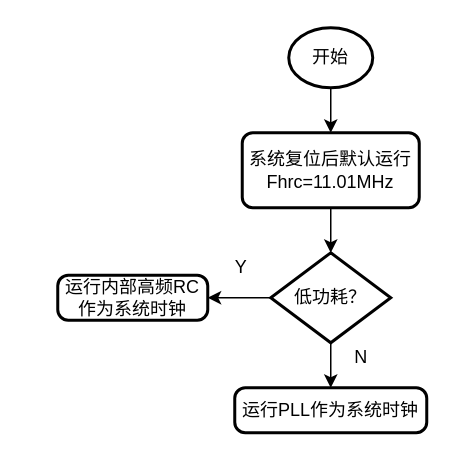
This is HT6025Prj_image/时钟配置流程图.drawio from wigenbi/Diagrams, a draw.io file, before an edit. Source tidied: cells renumbered, new cells numbered last; positions are measured from the earlier drawing's top-left corner, leaving out a move shared by most shapes. Both pictures are drawn from the tidied source at 150%, with x=0, y=0 at pixel (57, 27).
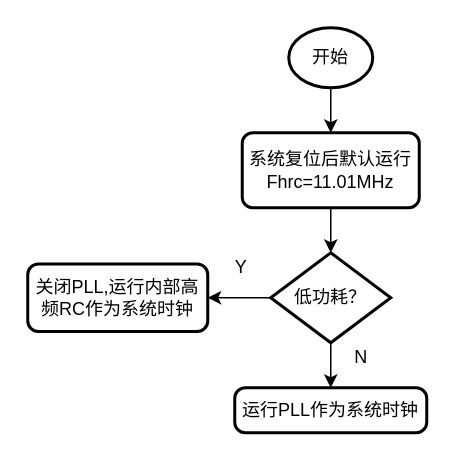
The same diagram, later.

Commit message (it also covers changes not shown here):
更新时钟配置流程图.drawio

What changed in the source:
```diff
@@
 <mxGraphModel>
   <root>
     <mxCell id="0" />
     <mxCell id="1" parent="0" />
     <mxCell id="2" style="edgeStyle=orthogonalEdgeStyle;rounded=0;jettySize=auto;html=1;exitX=0.5;exitY=1;exitDx=0;exitDy=0;exitPerimeter=0;entryX=0.5;entryY=0;entryDx=0;entryDy=0;" parent="1" edge="1" source="3" target="8">
       <mxGeometry relative="1" as="geometry" />
     </mxCell>
     <mxCell id="3" value="开始" style="strokeWidth=2;html=1;shape=mxgraph.flowchart.start_2;whiteSpace=wrap;" parent="1" vertex="1">
       <mxGeometry x="154" width="56" height="40" as="geometry" />
     </mxCell>
     <mxCell id="4" style="edgeStyle=orthogonalEdgeStyle;rounded=0;jettySize=auto;html=1;" parent="1" edge="1" source="6" target="9">
       <mxGeometry relative="1" as="geometry" />
     </mxCell>
     <mxCell id="5" style="edgeStyle=orthogonalEdgeStyle;rounded=0;jettySize=auto;html=1;exitX=0;exitY=0.5;exitDx=0;exitDy=0;exitPerimeter=0;entryX=1;entryY=0.5;entryDx=0;entryDy=0;" parent="1" edge="1" source="6" target="11">
       <mxGeometry relative="1" as="geometry" />
     </mxCell>
     <mxCell id="6" value="低功耗？" style="strokeWidth=2;html=1;shape=mxgraph.flowchart.decision;whiteSpace=wrap;" parent="1" vertex="1">
       <mxGeometry x="142" y="150" width="80" height="60" as="geometry" />
     </mxCell>
     <mxCell id="7" style="edgeStyle=orthogonalEdgeStyle;rounded=0;jettySize=auto;html=1;exitX=0.5;exitY=1;exitDx=0;exitDy=0;entryX=0.5;entryY=0;entryDx=0;entryDy=0;entryPerimeter=0;" parent="1" edge="1" source="8" target="6">
       <mxGeometry relative="1" as="geometry" />
     </mxCell>
     <mxCell id="8" value="系统复位后默认运行Fhrc=11.01MHz" style="rounded=1;whiteSpace=wrap;html=1;absoluteArcSize=1;arcSize=14;strokeWidth=2;" parent="1" vertex="1">
       <mxGeometry x="123" y="70" width="118" height="50" as="geometry" />
     </mxCell>
     <mxCell id="9" value="运行PLL作为系统时钟" style="rounded=1;whiteSpace=wrap;html=1;absoluteArcSize=1;arcSize=14;strokeWidth=2;" parent="1" vertex="1">
       <mxGeometry x="118" y="240" width="128" height="30" as="geometry" />
     </mxCell>
     <mxCell id="10" value="N" style="text;html=1;align=center;verticalAlign=middle;strokeColor=none;fillColor=none;" parent="1" vertex="1">
       <mxGeometry x="192" y="210" width="20" height="20" as="geometry" />
     </mxCell>
-    <mxCell id="11" value="运行内部高频RC作为系统时钟" style="rounded=1;whiteSpace=wrap;html=1;absoluteArcSize=1;arcSize=14;strokeWidth=2;" parent="1" vertex="1">
-      <mxGeometry y="165" width="100" height="30" as="geometry" />
+    <mxCell id="11" value="关闭PLL,运行内部高频RC作为系统时钟" style="rounded=1;whiteSpace=wrap;html=1;absoluteArcSize=1;arcSize=14;strokeWidth=2;" parent="1" vertex="1">
+      <mxGeometry x="-20" y="157.5" width="120" height="45" as="geometry" />
     </mxCell>
     <mxCell id="12" value="Y" style="text;html=1;align=center;verticalAlign=middle;strokeColor=none;fillColor=none;" parent="1" vertex="1">
       <mxGeometry x="112" y="150" width="20" height="20" as="geometry" />
     </mxCell>
   </root>
 </mxGraphModel>
```
